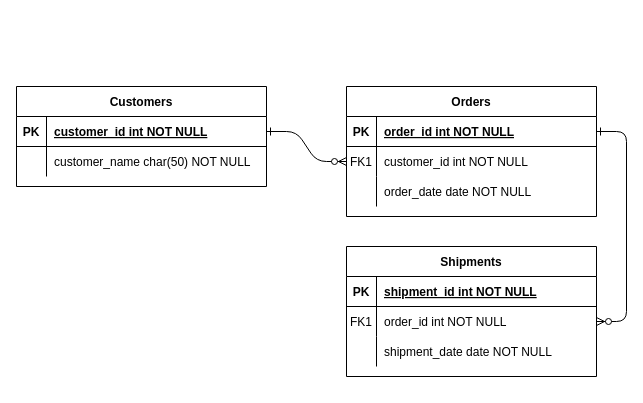
eunhwa99/Lab-Intern keeps this draw.io diagram as Untitled Diagram.drawio. Above is the earlier version. Source tidied: cells renumbered, new cells numbered last; positions are measured from the earlier drawing's top-left corner, leaving out a move shared by most shapes. Both pictures are drawn from the tidied source at 100%, with x=0, y=0 at pixel (16, 86).
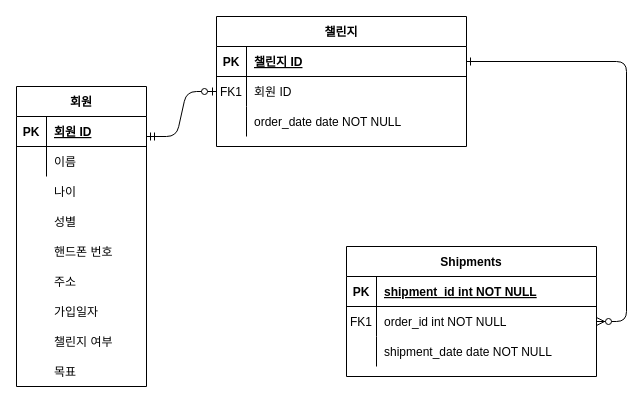
Above is the later version.

The change refers to these unchanged cells:
```xml
<mxCell id="5" style="shape=partialRectangle;fillColor=none;points=[[0,0.5],[1,0.5]];portConstraint=eastwest;top=0;left=0;right=0;bottom=1;" parent="4" vertex="1">
  <mxGeometry y="30" width="250" height="30" as="geometry" />
</mxCell>
<mxCell id="8" style="shape=partialRectangle;fillColor=none;points=[[0,0.5],[1,0.5]];portConstraint=eastwest;top=0;left=0;right=0;bottom=0;" parent="4" vertex="1">
  <mxGeometry y="60" width="250" height="30" as="geometry" />
</mxCell>
```

The edit, as a diff of the source:
```diff
@@
-    <mxCell id="2" style="edgeStyle=entityRelationEdgeStyle;endArrow=ERzeroToMany;startArrow=ERone;endFill=1;startFill=0;" parent="1" edge="1" source="25" target="8">
-      <mxGeometry relative="1" as="geometry" />
-    </mxCell>
@@
-    <mxCell id="4" value="Orders" style="shape=table;startSize=30;childLayout=tableLayout;rowLines=0;fontStyle=1;align=center;" parent="1" vertex="1">
-      <mxGeometry x="330" width="250" height="130" as="geometry" />
+    <mxCell id="4" value="챌린지" style="shape=table;startSize=30;childLayout=tableLayout;rowLines=0;fontStyle=1;align=center;" parent="1" vertex="1">
+      <mxGeometry x="200" y="-70" width="250" height="130" as="geometry" />
     </mxCell>
@@
-    <mxCell id="7" value="order_id int NOT NULL " style="shape=partialRectangle;overflow=hidden;fillColor=none;top=0;left=0;bottom=0;right=0;align=left;spacingLeft=6;fontStyle=5;" parent="5" vertex="1">
+    <mxCell id="7" value="챌린지 ID" style="shape=partialRectangle;overflow=hidden;fillColor=none;top=0;left=0;bottom=0;right=0;align=left;spacingLeft=6;fontStyle=5;" parent="5" vertex="1">
       <mxGeometry x="30" width="220" height="30" as="geometry" />
     </mxCell>
@@
-    <mxCell id="10" value="customer_id int NOT NULL" style="shape=partialRectangle;overflow=hidden;fillColor=none;top=0;left=0;bottom=0;right=0;align=left;spacingLeft=6;" parent="8" vertex="1">
+    <mxCell id="10" value="회원 ID" style="shape=partialRectangle;overflow=hidden;fillColor=none;top=0;left=0;bottom=0;right=0;align=left;spacingLeft=6;" parent="8" vertex="1">
       <mxGeometry x="30" width="220" height="30" as="geometry" />
     </mxCell>
@@
-    <mxCell id="24" value="Customers" style="shape=table;startSize=30;childLayout=tableLayout;rowLines=0;fontStyle=1;align=center;" parent="1" vertex="1">
-      <mxGeometry width="250" height="100" as="geometry" />
+    <mxCell id="24" value="회원" style="shape=table;startSize=30;childLayout=tableLayout;rowLines=0;fontStyle=1;align=center;" parent="1" vertex="1">
+      <mxGeometry width="130" height="300" as="geometry" />
     </mxCell>
     <mxCell id="25" style="shape=partialRectangle;fillColor=none;points=[[0,0.5],[1,0.5]];portConstraint=eastwest;top=0;left=0;right=0;bottom=1;" parent="24" vertex="1">
-      <mxGeometry y="30" width="250" height="30" as="geometry" />
+      <mxGeometry y="30" width="130" height="30" as="geometry" />
     </mxCell>
@@
-    <mxCell id="27" value="customer_id int NOT NULL " style="shape=partialRectangle;overflow=hidden;fillColor=none;top=0;left=0;bottom=0;right=0;align=left;spacingLeft=6;fontStyle=5;" parent="25" vertex="1">
-      <mxGeometry x="30" width="220" height="30" as="geometry" />
+    <mxCell id="27" value="회원 ID" style="shape=partialRectangle;overflow=hidden;fillColor=none;top=0;left=0;bottom=0;right=0;align=left;spacingLeft=6;fontStyle=5;" parent="25" vertex="1">
+      <mxGeometry x="30" width="100" height="30" as="geometry" />
     </mxCell>
     <mxCell id="28" style="shape=partialRectangle;fillColor=none;top=0;left=0;right=0;bottom=0;" parent="24" vertex="1">
-      <mxGeometry y="60" width="250" height="30" as="geometry" />
+      <mxGeometry y="60" width="130" height="30" as="geometry" />
     </mxCell>
@@
-    <mxCell id="30" value="customer_name char(50) NOT NULL" style="shape=partialRectangle;overflow=hidden;fillColor=none;top=0;left=0;bottom=0;right=0;align=left;spacingLeft=6;" parent="28" vertex="1">
-      <mxGeometry x="30" width="220" height="30" as="geometry" />
+    <mxCell id="30" value="이름" style="shape=partialRectangle;overflow=hidden;fillColor=none;top=0;left=0;bottom=0;right=0;align=left;spacingLeft=6;" parent="28" vertex="1">
+      <mxGeometry x="30" width="100" height="30" as="geometry" />
     </mxCell>
+    <mxCell id="31" value="나이" style="shape=partialRectangle;overflow=hidden;fillColor=none;top=0;left=0;bottom=0;right=0;align=left;spacingLeft=6;" parent="1" vertex="1">
+      <mxGeometry x="30" y="90" width="220" height="30" as="geometry" />
+    </mxCell>
+    <mxCell id="32" value="성별" style="shape=partialRectangle;overflow=hidden;fillColor=none;top=0;left=0;bottom=0;right=0;align=left;spacingLeft=6;" parent="1" vertex="1">
+      <mxGeometry x="30" y="120" width="220" height="30" as="geometry" />
+    </mxCell>
+    <mxCell id="33" value="핸드폰 번호" style="shape=partialRectangle;overflow=hidden;fillColor=none;top=0;left=0;bottom=0;right=0;align=left;spacingLeft=6;" parent="1" vertex="1">
+      <mxGeometry x="30" y="150" width="220" height="30" as="geometry" />
+    </mxCell>
+    <mxCell id="34" value="주소" style="shape=partialRectangle;overflow=hidden;fillColor=none;top=0;left=0;bottom=0;right=0;align=left;spacingLeft=6;" parent="1" vertex="1">
+      <mxGeometry x="30" y="180" width="220" height="30" as="geometry" />
+    </mxCell>
+    <mxCell id="35" value="가입일자" style="shape=partialRectangle;overflow=hidden;fillColor=none;top=0;left=0;bottom=0;right=0;align=left;spacingLeft=6;" parent="1" vertex="1">
+      <mxGeometry x="30" y="210" width="220" height="30" as="geometry" />
+    </mxCell>
+    <mxCell id="36" value="챌린지 여부" style="shape=partialRectangle;overflow=hidden;fillColor=none;top=0;left=0;bottom=0;right=0;align=left;spacingLeft=6;" parent="1" vertex="1">
+      <mxGeometry x="30" y="240" width="220" height="30" as="geometry" />
+    </mxCell>
+    <mxCell id="37" value="목표" style="shape=partialRectangle;overflow=hidden;fillColor=none;top=0;left=0;bottom=0;right=0;align=left;spacingLeft=6;" parent="1" vertex="1">
+      <mxGeometry x="30" y="270" width="220" height="30" as="geometry" />
+    </mxCell>
+    <mxCell id="38" style="edgeStyle=entityRelationEdgeStyle;fontSize=12;html=1;endArrow=ERzeroToOne;startArrow=ERmandOne;entryX=0;entryY=0.5;entryDx=0;entryDy=0;" parent="1" edge="1" target="8">
+      <mxGeometry relative="1" as="geometry">
+        <mxPoint x="130" y="50" as="sourcePoint" />
+      </mxGeometry>
+    </mxCell>
```
